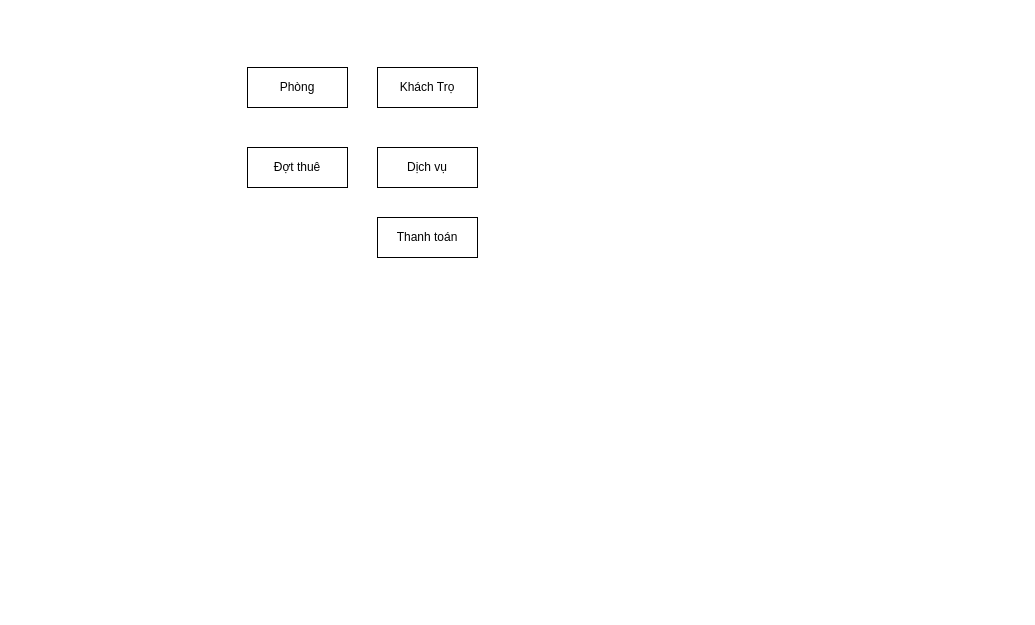
This is DB_HW5_4.drawio from reality8080/DB_HW5_4, a draw.io file, before an edit. Source tidied: cells renumbered, new cells numbered last; positions are measured from the earlier drawing's top-left corner, leaving out a move shared by most shapes. Both pictures are drawn from the tidied source at 100%, with x=0, y=0 at pixel (247, 67).
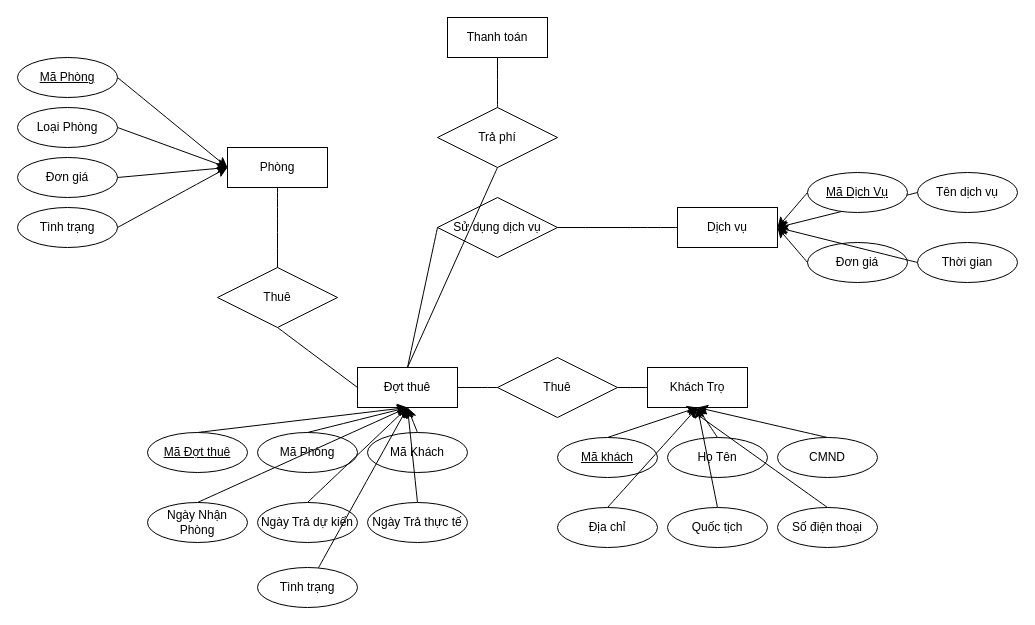
Above is the later version.

Diff of the diagram source:
```diff
@@
     <mxCell id="2" value="Phòng" style="whiteSpace=wrap;html=1;align=center;" parent="1" vertex="1">
-      <mxGeometry width="100" height="40" as="geometry" />
+      <mxGeometry x="-20" y="80" width="100" height="40" as="geometry" />
     </mxCell>
     <mxCell id="3" value="Khách Trọ" style="whiteSpace=wrap;html=1;align=center;" parent="1" vertex="1">
-      <mxGeometry x="130" width="100" height="40" as="geometry" />
+      <mxGeometry x="400" y="300" width="100" height="40" as="geometry" />
     </mxCell>
     <mxCell id="4" value="Đợt thuê" style="whiteSpace=wrap;html=1;align=center;" parent="1" vertex="1">
-      <mxGeometry y="80" width="100" height="40" as="geometry" />
+      <mxGeometry x="110" y="300" width="100" height="40" as="geometry" />
     </mxCell>
     <mxCell id="5" value="Dịch vụ" style="whiteSpace=wrap;html=1;align=center;" parent="1" vertex="1">
-      <mxGeometry x="130" y="80" width="100" height="40" as="geometry" />
+      <mxGeometry x="430" y="140" width="100" height="40" as="geometry" />
     </mxCell>
     <mxCell id="6" value="Thanh toán" style="whiteSpace=wrap;html=1;align=center;" parent="1" vertex="1">
-      <mxGeometry x="130" y="150" width="100" height="40" as="geometry" />
+      <mxGeometry x="200" y="-50" width="100" height="40" as="geometry" />
     </mxCell>
+    <mxCell id="7" value="Thuê" style="shape=rhombus;perimeter=rhombusPerimeter;whiteSpace=wrap;html=1;align=center;" parent="1" vertex="1">
+      <mxGeometry x="-30" y="200" width="120" height="60" as="geometry" />
+    </mxCell>
+    <mxCell id="8" value="Thuê" style="shape=rhombus;perimeter=rhombusPerimeter;whiteSpace=wrap;html=1;align=center;" parent="1" vertex="1">
+      <mxGeometry x="250" y="290" width="120" height="60" as="geometry" />
+    </mxCell>
+    <mxCell id="9" value="Sử dụng dịch vụ" style="shape=rhombus;perimeter=rhombusPerimeter;whiteSpace=wrap;html=1;align=center;" parent="1" vertex="1">
+      <mxGeometry x="190" y="130" width="120" height="60" as="geometry" />
+    </mxCell>
+    <mxCell id="10" value="Trả phí" style="shape=rhombus;perimeter=rhombusPerimeter;whiteSpace=wrap;html=1;align=center;" parent="1" vertex="1">
+      <mxGeometry x="190" y="40" width="120" height="60" as="geometry" />
+    </mxCell>
+    <mxCell id="11" style="endArrow=none;html=1;rounded=0;fontSize=12;startSize=8;endSize=8;curved=1;exitX=0.5;exitY=1;exitDx=0;exitDy=0;entryX=0.5;entryY=0;entryDx=0;entryDy=0;" parent="1" edge="1" source="2" target="7">
+      <mxGeometry relative="1" as="geometry" />
+    </mxCell>
+    <mxCell id="12" style="endArrow=none;html=1;rounded=0;fontSize=12;startSize=8;endSize=8;curved=1;exitX=0.5;exitY=1;exitDx=0;exitDy=0;entryX=0;entryY=0.5;entryDx=0;entryDy=0;" parent="1" edge="1" source="7" target="4">
+      <mxGeometry relative="1" as="geometry" />
+    </mxCell>
+    <mxCell id="13" style="endArrow=none;html=1;rounded=0;fontSize=12;startSize=8;endSize=8;curved=1;exitX=0;exitY=0.5;exitDx=0;exitDy=0;entryX=1;entryY=0.5;entryDx=0;entryDy=0;" parent="1" edge="1" source="8" target="4">
+      <mxGeometry relative="1" as="geometry" />
+    </mxCell>
+    <mxCell id="14" style="endArrow=none;html=1;rounded=0;fontSize=12;startSize=8;endSize=8;curved=1;exitX=0;exitY=0.5;exitDx=0;exitDy=0;entryX=1;entryY=0.5;entryDx=0;entryDy=0;" parent="1" edge="1" source="3" target="8">
+      <mxGeometry relative="1" as="geometry" />
+    </mxCell>
+    <mxCell id="15" style="endArrow=none;html=1;rounded=0;fontSize=12;startSize=8;endSize=8;curved=1;exitX=0;exitY=0.5;exitDx=0;exitDy=0;entryX=1;entryY=0.5;entryDx=0;entryDy=0;" parent="1" edge="1" source="5" target="9">
+      <mxGeometry relative="1" as="geometry" />
+    </mxCell>
+    <mxCell id="16" style="endArrow=none;html=1;rounded=0;fontSize=12;startSize=8;endSize=8;curved=1;exitX=0;exitY=0.5;exitDx=0;exitDy=0;entryX=0.5;entryY=0;entryDx=0;entryDy=0;" parent="1" edge="1" source="9" target="4">
+      <mxGeometry relative="1" as="geometry" />
+    </mxCell>
+    <mxCell id="17" style="endArrow=none;html=1;rounded=0;fontSize=12;startSize=8;endSize=8;curved=1;exitX=0.5;exitY=0;exitDx=0;exitDy=0;entryX=0.5;entryY=1;entryDx=0;entryDy=0;" parent="1" edge="1" source="10" target="6">
+      <mxGeometry relative="1" as="geometry" />
+    </mxCell>
+    <mxCell id="18" style="endArrow=none;html=1;rounded=0;fontSize=12;startSize=8;endSize=8;curved=1;exitX=0.5;exitY=1;exitDx=0;exitDy=0;entryX=0.5;entryY=0;entryDx=0;entryDy=0;" parent="1" edge="1" source="10" target="4">
+      <mxGeometry relative="1" as="geometry" />
+    </mxCell>
+    <mxCell id="19" style="edgeStyle=none;curved=1;rounded=0;jettySize=auto;html=1;exitX=1;exitY=0.5;exitDx=0;exitDy=0;entryX=0;entryY=0.5;entryDx=0;entryDy=0;fontSize=12;startSize=8;endSize=8;" parent="1" edge="1" source="20" target="2">
+      <mxGeometry relative="1" as="geometry" />
+    </mxCell>
+    <mxCell id="20" value="Mã Phòng" style="ellipse;whiteSpace=wrap;html=1;align=center;fontStyle=4;" parent="1" vertex="1">
+      <mxGeometry x="-230" y="-10" width="100" height="40" as="geometry" />
+    </mxCell>
+    <mxCell id="21" style="edgeStyle=none;curved=1;rounded=0;jettySize=auto;html=1;exitX=1;exitY=0.5;exitDx=0;exitDy=0;entryX=0;entryY=0.5;entryDx=0;entryDy=0;fontSize=12;startSize=8;endSize=8;" parent="1" edge="1" source="22" target="2">
+      <mxGeometry relative="1" as="geometry" />
+    </mxCell>
+    <mxCell id="22" value="Loại Phòng" style="ellipse;whiteSpace=wrap;html=1;align=center;" parent="1" vertex="1">
+      <mxGeometry x="-230" y="40" width="100" height="40" as="geometry" />
+    </mxCell>
+    <mxCell id="23" style="edgeStyle=none;curved=1;rounded=0;jettySize=auto;html=1;exitX=1;exitY=0.5;exitDx=0;exitDy=0;fontSize=12;startSize=8;endSize=8;" parent="1" edge="1" source="24">
+      <mxGeometry relative="1" as="geometry">
+        <mxPoint x="-20" y="100" as="targetPoint" />
+      </mxGeometry>
+    </mxCell>
+    <mxCell id="24" value="Đơn giá" style="ellipse;whiteSpace=wrap;html=1;align=center;" parent="1" vertex="1">
+      <mxGeometry x="-230" y="90" width="100" height="40" as="geometry" />
+    </mxCell>
+    <mxCell id="25" style="edgeStyle=none;curved=1;rounded=0;jettySize=auto;html=1;exitX=1;exitY=0.5;exitDx=0;exitDy=0;fontSize=12;startSize=8;endSize=8;" parent="1" edge="1" source="26">
+      <mxGeometry relative="1" as="geometry">
+        <mxPoint x="-20" y="100" as="targetPoint" />
+      </mxGeometry>
+    </mxCell>
+    <mxCell id="26" value="Tình trạng" style="ellipse;whiteSpace=wrap;html=1;align=center;" parent="1" vertex="1">
+      <mxGeometry x="-230" y="140" width="100" height="40" as="geometry" />
+    </mxCell>
+    <mxCell id="27" style="edgeStyle=none;curved=1;rounded=0;jettySize=auto;html=1;exitX=0.5;exitY=0;exitDx=0;exitDy=0;fontSize=12;startSize=8;endSize=8;" parent="1" edge="1" source="28">
+      <mxGeometry relative="1" as="geometry">
+        <mxPoint x="450" y="340" as="targetPoint" />
+      </mxGeometry>
+    </mxCell>
+    <mxCell id="28" value="Họ Tên" style="ellipse;whiteSpace=wrap;html=1;align=center;" parent="1" vertex="1">
+      <mxGeometry x="420" y="370" width="100" height="40" as="geometry" />
+    </mxCell>
+    <mxCell id="29" style="edgeStyle=none;curved=1;rounded=0;jettySize=auto;html=1;exitX=0.5;exitY=0;exitDx=0;exitDy=0;entryX=0.5;entryY=1;entryDx=0;entryDy=0;fontSize=12;startSize=8;endSize=8;" parent="1" edge="1" source="30" target="3">
+      <mxGeometry relative="1" as="geometry" />
+    </mxCell>
+    <mxCell id="30" value="Mã khách" style="ellipse;whiteSpace=wrap;html=1;align=center;fontStyle=4;" parent="1" vertex="1">
+      <mxGeometry x="310" y="370" width="100" height="40" as="geometry" />
+    </mxCell>
+    <mxCell id="31" style="edgeStyle=none;curved=1;rounded=0;jettySize=auto;html=1;exitX=0.5;exitY=0;exitDx=0;exitDy=0;fontSize=12;startSize=8;endSize=8;" parent="1" edge="1" source="32">
+      <mxGeometry relative="1" as="geometry">
+        <mxPoint x="450" y="340" as="targetPoint" />
+      </mxGeometry>
+    </mxCell>
+    <mxCell id="32" value="CMND" style="ellipse;whiteSpace=wrap;html=1;align=center;" parent="1" vertex="1">
+      <mxGeometry x="530" y="370" width="100" height="40" as="geometry" />
+    </mxCell>
+    <mxCell id="33" style="edgeStyle=none;curved=1;rounded=0;jettySize=auto;html=1;exitX=0.5;exitY=0;exitDx=0;exitDy=0;fontSize=12;startSize=8;endSize=8;" parent="1" edge="1" source="34">
+      <mxGeometry relative="1" as="geometry">
+        <mxPoint x="450" y="340" as="targetPoint" />
+      </mxGeometry>
+    </mxCell>
+    <mxCell id="34" value="Địa chỉ" style="ellipse;whiteSpace=wrap;html=1;align=center;" parent="1" vertex="1">
+      <mxGeometry x="310" y="440" width="100" height="40" as="geometry" />
+    </mxCell>
+    <mxCell id="35" style="edgeStyle=none;curved=1;rounded=0;jettySize=auto;html=1;exitX=0.5;exitY=0;exitDx=0;exitDy=0;fontSize=12;startSize=8;endSize=8;" parent="1" edge="1" source="36">
+      <mxGeometry relative="1" as="geometry">
+        <mxPoint x="450" y="340" as="targetPoint" />
+      </mxGeometry>
+    </mxCell>
+    <mxCell id="36" value="Quốc tịch" style="ellipse;whiteSpace=wrap;html=1;align=center;" parent="1" vertex="1">
+      <mxGeometry x="420" y="440" width="100" height="40" as="geometry" />
+    </mxCell>
+    <mxCell id="37" style="edgeStyle=none;curved=1;rounded=0;jettySize=auto;html=1;exitX=0.5;exitY=0;exitDx=0;exitDy=0;fontSize=12;startSize=8;endSize=8;" parent="1" edge="1" source="38">
+      <mxGeometry relative="1" as="geometry">
+        <mxPoint x="440" y="340" as="targetPoint" />
+      </mxGeometry>
+    </mxCell>
+    <mxCell id="38" value="Số điện thoại" style="ellipse;whiteSpace=wrap;html=1;align=center;" parent="1" vertex="1">
+      <mxGeometry x="530" y="440" width="100" height="40" as="geometry" />
+    </mxCell>
+    <mxCell id="39" style="edgeStyle=none;curved=1;rounded=0;jettySize=auto;html=1;exitX=0.5;exitY=0;exitDx=0;exitDy=0;fontSize=12;startSize=8;endSize=8;" parent="1" edge="1" source="40">
+      <mxGeometry relative="1" as="geometry">
+        <mxPoint x="160" y="340" as="targetPoint" />
+      </mxGeometry>
+    </mxCell>
+    <mxCell id="40" value="Mã Phòng" style="ellipse;whiteSpace=wrap;html=1;align=center;" parent="1" vertex="1">
+      <mxGeometry x="10" y="365" width="100" height="40" as="geometry" />
+    </mxCell>
+    <mxCell id="41" style="edgeStyle=none;curved=1;rounded=0;jettySize=auto;html=1;exitX=0.5;exitY=0;exitDx=0;exitDy=0;entryX=0.5;entryY=1;entryDx=0;entryDy=0;fontSize=12;startSize=8;endSize=8;" parent="1" edge="1" source="42" target="4">
+      <mxGeometry relative="1" as="geometry" />
+    </mxCell>
+    <mxCell id="42" value="Mã Đợt thuê" style="ellipse;whiteSpace=wrap;html=1;align=center;fontStyle=4;" parent="1" vertex="1">
+      <mxGeometry x="-100" y="365" width="100" height="40" as="geometry" />
+    </mxCell>
+    <mxCell id="43" style="edgeStyle=none;curved=1;rounded=0;jettySize=auto;html=1;exitX=0.5;exitY=0;exitDx=0;exitDy=0;fontSize=12;startSize=8;endSize=8;" parent="1" edge="1" source="44">
+      <mxGeometry relative="1" as="geometry">
+        <mxPoint x="160" y="340" as="targetPoint" />
+      </mxGeometry>
+    </mxCell>
+    <mxCell id="44" value="Mã Khách" style="ellipse;whiteSpace=wrap;html=1;align=center;" parent="1" vertex="1">
+      <mxGeometry x="120" y="365" width="100" height="40" as="geometry" />
+    </mxCell>
+    <mxCell id="45" style="edgeStyle=none;curved=1;rounded=0;jettySize=auto;html=1;exitX=0.5;exitY=0;exitDx=0;exitDy=0;fontSize=12;startSize=8;endSize=8;" parent="1" edge="1" source="46">
+      <mxGeometry relative="1" as="geometry">
+        <mxPoint x="160" y="340" as="targetPoint" />
+      </mxGeometry>
+    </mxCell>
+    <mxCell id="46" value="Ngày Nhận Phòng" style="ellipse;whiteSpace=wrap;html=1;align=center;" parent="1" vertex="1">
+      <mxGeometry x="-100" y="435" width="100" height="40" as="geometry" />
+    </mxCell>
+    <mxCell id="47" style="edgeStyle=none;curved=1;rounded=0;jettySize=auto;html=1;exitX=0.5;exitY=0;exitDx=0;exitDy=0;fontSize=12;startSize=8;endSize=8;" parent="1" edge="1" source="48">
+      <mxGeometry relative="1" as="geometry">
+        <mxPoint x="160" y="340" as="targetPoint" />
+      </mxGeometry>
+    </mxCell>
+    <mxCell id="48" value="Ngày Trả dự kiến" style="ellipse;whiteSpace=wrap;html=1;align=center;" parent="1" vertex="1">
+      <mxGeometry x="10" y="435" width="100" height="40" as="geometry" />
+    </mxCell>
+    <mxCell id="49" style="edgeStyle=none;curved=1;rounded=0;jettySize=auto;html=1;exitX=0.5;exitY=0;exitDx=0;exitDy=0;fontSize=12;startSize=8;endSize=8;" parent="1" edge="1" source="50">
+      <mxGeometry relative="1" as="geometry">
+        <mxPoint x="160" y="340" as="targetPoint" />
+      </mxGeometry>
+    </mxCell>
+    <mxCell id="50" value="Ngày Trả thực tế" style="ellipse;whiteSpace=wrap;html=1;align=center;" parent="1" vertex="1">
+      <mxGeometry x="120" y="435" width="100" height="40" as="geometry" />
+    </mxCell>
+    <mxCell id="51" style="edgeStyle=none;curved=1;rounded=0;jettySize=auto;html=1;fontSize=12;startSize=8;endSize=8;" parent="1" edge="1" source="52">
+      <mxGeometry relative="1" as="geometry">
+        <mxPoint x="160" y="340" as="targetPoint" />
+      </mxGeometry>
+    </mxCell>
+    <mxCell id="52" value="Tình trạng" style="ellipse;whiteSpace=wrap;html=1;align=center;" parent="1" vertex="1">
+      <mxGeometry x="10" y="500" width="100" height="40" as="geometry" />
+    </mxCell>
+    <mxCell id="53" style="edgeStyle=none;curved=1;rounded=0;jettySize=auto;html=1;exitX=0;exitY=0.5;exitDx=0;exitDy=0;fontSize=12;startSize=8;endSize=8;" parent="1" edge="1" source="54">
+      <mxGeometry relative="1" as="geometry">
+        <mxPoint x="530" y="160" as="targetPoint" />
+      </mxGeometry>
+    </mxCell>
+    <mxCell id="54" value="Tên dịch vụ" style="ellipse;whiteSpace=wrap;html=1;align=center;" parent="1" vertex="1">
+      <mxGeometry x="670" y="105" width="100" height="40" as="geometry" />
+    </mxCell>
+    <mxCell id="55" style="edgeStyle=none;curved=1;rounded=0;jettySize=auto;html=1;exitX=0;exitY=0.5;exitDx=0;exitDy=0;entryX=1;entryY=0.5;entryDx=0;entryDy=0;fontSize=12;startSize=8;endSize=8;" parent="1" edge="1" source="56" target="5">
+      <mxGeometry relative="1" as="geometry" />
+    </mxCell>
+    <mxCell id="56" value="Đơn giá" style="ellipse;whiteSpace=wrap;html=1;align=center;" parent="1" vertex="1">
+      <mxGeometry x="560" y="175" width="100" height="40" as="geometry" />
+    </mxCell>
+    <mxCell id="57" style="edgeStyle=none;curved=1;rounded=0;jettySize=auto;html=1;exitX=0;exitY=0.5;exitDx=0;exitDy=0;fontSize=12;startSize=8;endSize=8;" parent="1" edge="1" source="58">
+      <mxGeometry relative="1" as="geometry">
+        <mxPoint x="530" y="160" as="targetPoint" />
+      </mxGeometry>
+    </mxCell>
+    <mxCell id="58" value="Thời gian" style="ellipse;whiteSpace=wrap;html=1;align=center;" parent="1" vertex="1">
+      <mxGeometry x="670" y="175" width="100" height="40" as="geometry" />
+    </mxCell>
+    <mxCell id="59" style="edgeStyle=none;curved=1;rounded=0;jettySize=auto;html=1;exitX=0;exitY=0.5;exitDx=0;exitDy=0;entryX=1;entryY=0.5;entryDx=0;entryDy=0;fontSize=12;startSize=8;endSize=8;" parent="1" edge="1" source="60" target="5">
+      <mxGeometry relative="1" as="geometry" />
+    </mxCell>
+    <mxCell id="60" value="Mã Dịch Vụ" style="ellipse;whiteSpace=wrap;html=1;align=center;fontStyle=4;" parent="1" vertex="1">
+      <mxGeometry x="560" y="105" width="100" height="40" as="geometry" />
+    </mxCell>
```
